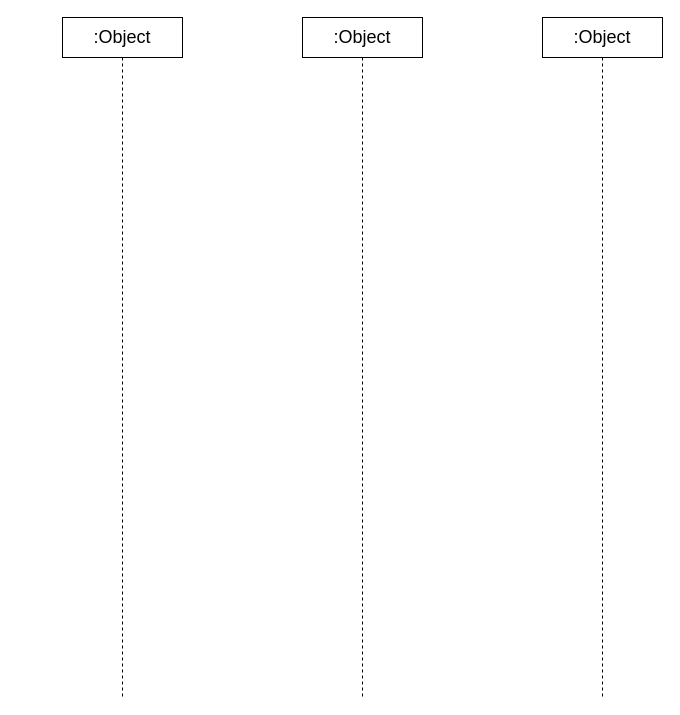
Earlier version of the draw.io diagram page "Page-1" (1 of 2) of HVIL.drawio (HikerPan/canwifi). Source tidied: cells renumbered, new cells numbered last; positions are measured from the earlier drawing's top-left corner, leaving out a move shared by most shapes. Both pictures are drawn from the tidied source at 100%, with x=0, y=0 at pixel (62, 17).
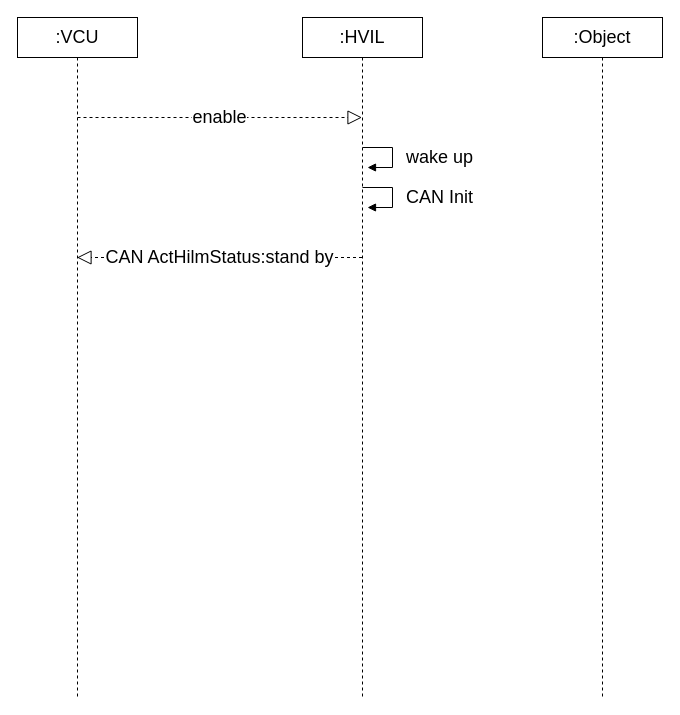
After the change.

Diff of the diagram source:
```diff
@@
 <mxGraphModel>
   <root>
     <mxCell id="0" />
     <mxCell id="1" parent="0" />
-    <mxCell id="2" value=":Object" style="shape=umlLifeline;perimeter=lifelinePerimeter;whiteSpace=wrap;html=1;outlineConnect=0;fontSize=18;" parent="1" vertex="1">
-      <mxGeometry width="120" height="680" as="geometry" />
+    <mxCell id="2" value=":VCU" style="shape=umlLifeline;perimeter=lifelinePerimeter;whiteSpace=wrap;html=1;outlineConnect=0;fontSize=18;" parent="1" vertex="1">
+      <mxGeometry x="-45" width="120" height="680" as="geometry" />
     </mxCell>
+    <mxCell id="5" value="enable" style="endArrow=block;dashed=1;endFill=0;endSize=12;html=1;rounded=0;fontSize=18;" parent="2" edge="1" target="3">
+      <mxGeometry relative="1" as="geometry">
+        <mxPoint x="60" y="100" as="sourcePoint" />
+      </mxGeometry>
+    </mxCell>
-    <mxCell id="3" value=":Object" style="shape=umlLifeline;perimeter=lifelinePerimeter;whiteSpace=wrap;html=1;outlineConnect=0;fontSize=18;" parent="1" vertex="1">
+    <mxCell id="3" value=":HVIL" style="shape=umlLifeline;perimeter=lifelinePerimeter;whiteSpace=wrap;html=1;outlineConnect=0;fontSize=18;" parent="1" vertex="1">
       <mxGeometry x="240" width="120" height="680" as="geometry" />
     </mxCell>
+    <mxCell id="6" value="wake up" style="edgeStyle=orthogonalEdgeStyle;html=1;align=left;spacingLeft=2;endArrow=block;rounded=0;entryX=1;entryY=0;fontSize=18;" parent="3" edge="1">
+      <mxGeometry x="0.07" y="10" relative="1" as="geometry">
+        <mxPoint x="60" y="130" as="sourcePoint" />
+        <mxPoint x="65" y="150" as="targetPoint" />
+        <Array as="points">
+          <mxPoint x="90" y="130" />
+        </Array>
+      </mxGeometry>
+    </mxCell>
+    <mxCell id="7" value="CAN Init" style="edgeStyle=orthogonalEdgeStyle;html=1;align=left;spacingLeft=2;endArrow=block;rounded=0;entryX=1;entryY=0;fontSize=18;" parent="3" edge="1">
+      <mxGeometry x="0.07" y="10" relative="1" as="geometry">
+        <mxPoint x="60" y="170" as="sourcePoint" />
+        <mxPoint x="65" y="190" as="targetPoint" />
+        <Array as="points">
+          <mxPoint x="90" y="170" />
+        </Array>
+      </mxGeometry>
+    </mxCell>
     <mxCell id="4" value=":Object" style="shape=umlLifeline;perimeter=lifelinePerimeter;whiteSpace=wrap;html=1;fontSize=18;" parent="1" vertex="1">
       <mxGeometry x="480" width="120" height="680" as="geometry" />
     </mxCell>
+    <mxCell id="8" value="CAN ActHilmStatus:stand by" style="endArrow=block;dashed=1;endFill=0;endSize=12;html=1;rounded=0;fontSize=18;" parent="1" edge="1" target="2">
+      <mxGeometry relative="1" as="geometry">
+        <mxPoint x="299.5" y="240" as="sourcePoint" />
+        <Array as="points">
+          <mxPoint x="180" y="240" />
+        </Array>
+      </mxGeometry>
+    </mxCell>
   </root>
 </mxGraphModel>
```
